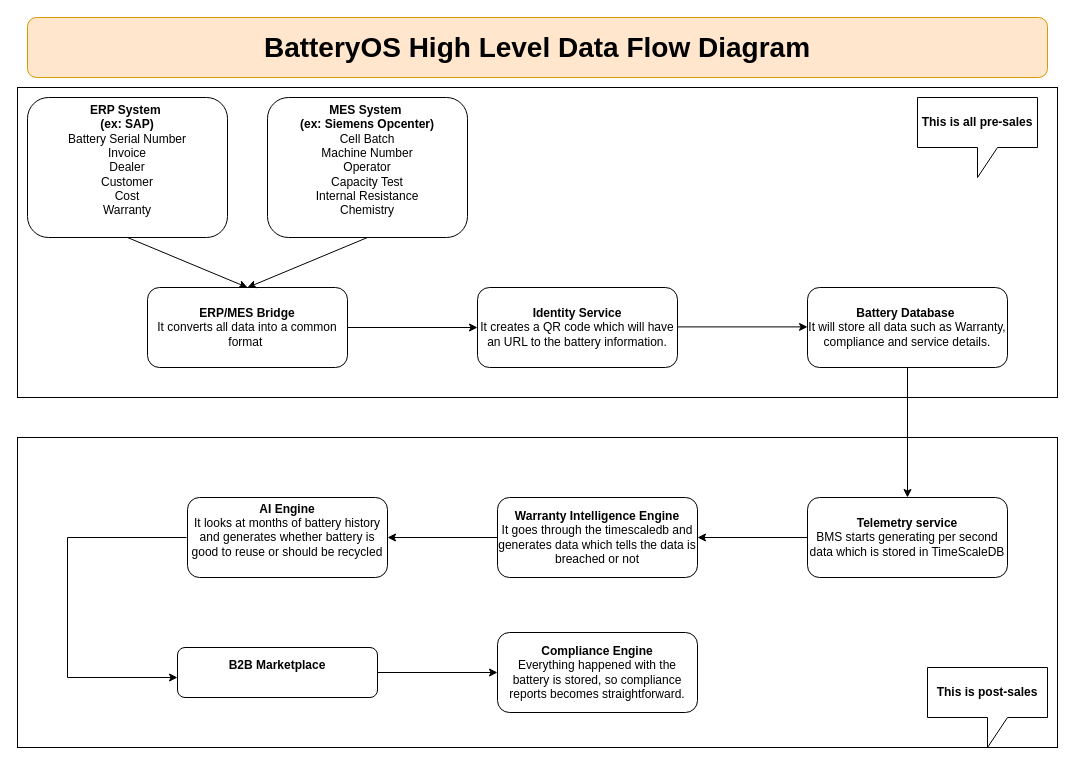
subroroy193-sys/LoopIon keeps this draw.io diagram as Documents/Data Flow Diagram.drawio. Above is the earlier version. Source tidied: cells renumbered, new cells numbered last; positions are measured from the earlier drawing's top-left corner, leaving out a move shared by most shapes. Both pictures are drawn from the tidied source at 100%, with x=0, y=0 at pixel (17, 17).
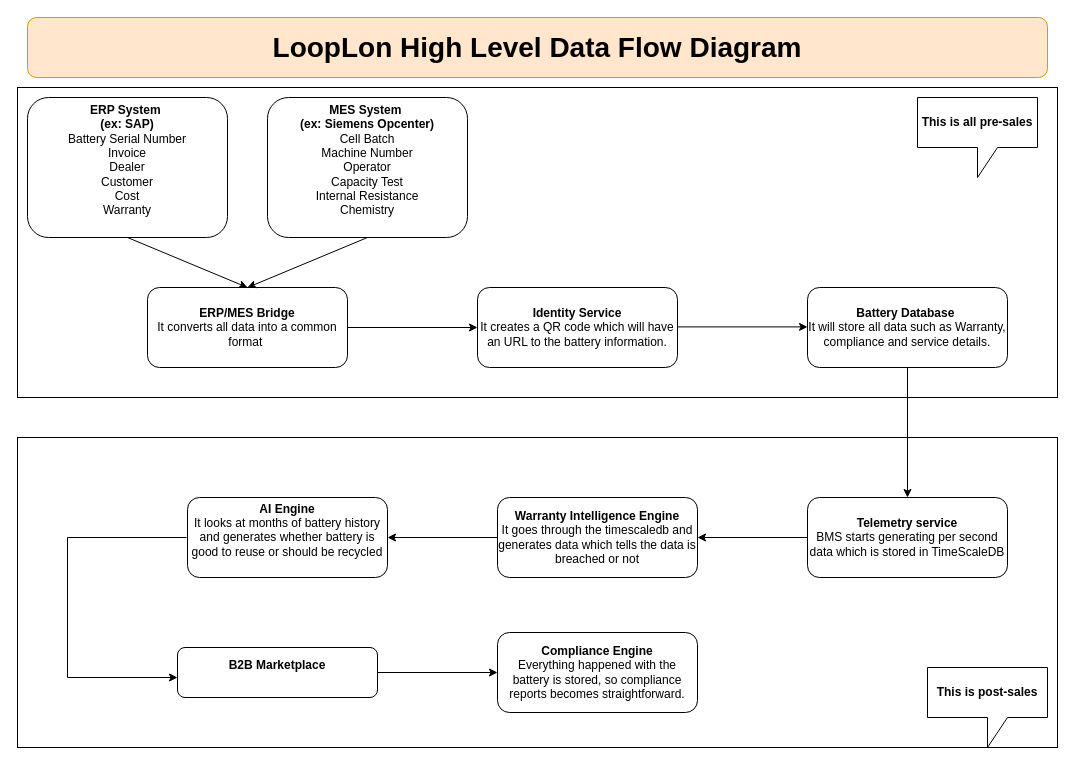
The same diagram, later.

Commit message:
Update name in DFD

The edit, as a diff of the source:
```diff
@@
-    <mxCell id="3" value="&lt;b&gt;&lt;font style=&quot;font-size: 28px;&quot;&gt;BatteryOS High Level Data Flow Diagram&lt;/font&gt;&lt;/b&gt;" style="rounded=1;whiteSpace=wrap;html=1;fillColor=#ffe6cc;strokeColor=#d79b00;" parent="1" vertex="1">
+    <mxCell id="3" value="&lt;b&gt;&lt;font style=&quot;font-size: 28px;&quot;&gt;LoopLon High Level Data Flow Diagram&lt;/font&gt;&lt;/b&gt;" style="rounded=1;whiteSpace=wrap;html=1;fillColor=#ffe6cc;strokeColor=#d79b00;" parent="1" vertex="1">
       <mxGeometry x="10" width="1020" height="60" as="geometry" />
     </mxCell>
```
